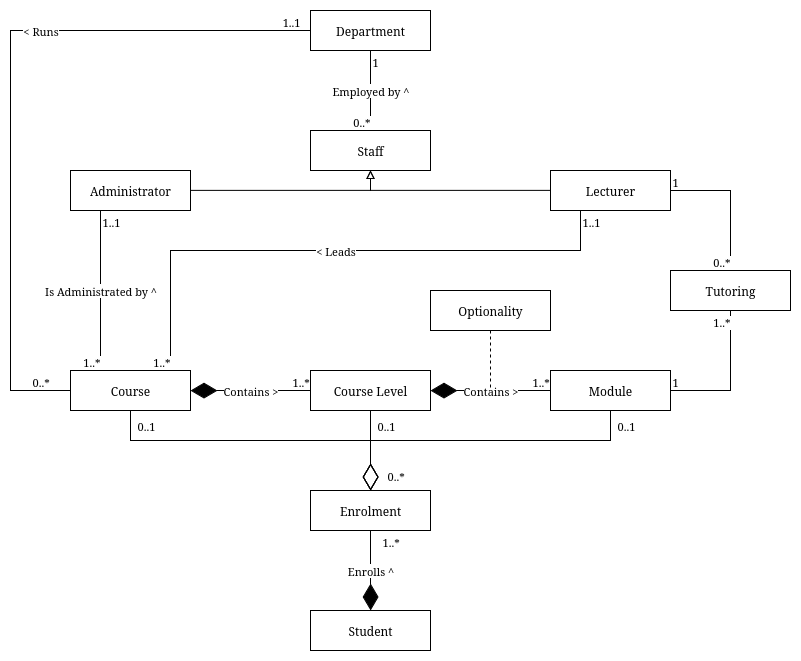
TotalDwarf03/IS3S662-advanced-databases-and-modelling keeps this draw.io diagram as track1/assets/3.drawio.png. Above is the earlier version. Source tidied: cells renumbered, new cells last; positions are measured from the earlier drawing's top-left corner, leaving out a move shared by most shapes.
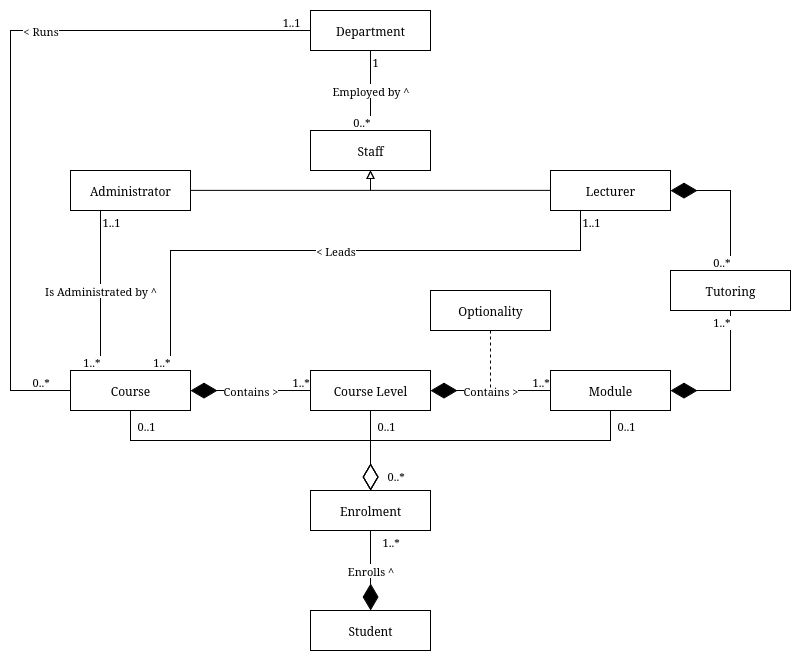
The same diagram one commit later.

Commit message:
Add composition to lecturer > module relationship

Change to the diagram source:
```diff
@@ -154,29 +154,23 @@
     <mxCell id="40" value="Tutoring" style="rounded=0;whiteSpace=wrap;html=1;" parent="1" vertex="1">
       <mxGeometry x="660" y="260" width="120" height="40" as="geometry" />
     </mxCell>
-    <mxCell id="41" style="endArrow=none;html=1;edgeStyle=orthogonalEdgeStyle;rounded=0;" parent="1" edge="1" source="16" target="40">
+    <mxCell id="41" style="endArrow=none;html=1;edgeStyle=orthogonalEdgeStyle;rounded=0;startArrow=diamondThin;startFill=1;endSize=6;startSize=24;" parent="1" edge="1" source="16" target="40">
       <mxGeometry relative="1" as="geometry">
         <Array as="points">
           <mxPoint x="720" y="180" />
         </Array>
       </mxGeometry>
     </mxCell>
-    <mxCell id="42" value="1" style="edgeLabel;html=1;align=left;verticalAlign=bottom;" parent="41" vertex="1">
-      <mxGeometry x="-1" relative="1" as="geometry" />
-    </mxCell>
     <mxCell id="43" value="0..*" style="edgeLabel;html=1;align=right;verticalAlign=bottom;" parent="41" vertex="1">
       <mxGeometry x="1" relative="1" as="geometry" />
     </mxCell>
-    <mxCell id="44" style="endArrow=none;html=1;edgeStyle=orthogonalEdgeStyle;rounded=0;" parent="1" edge="1" source="10" target="40">
+    <mxCell id="44" style="endArrow=none;html=1;edgeStyle=orthogonalEdgeStyle;rounded=0;startArrow=diamondThin;startFill=1;startSize=24;" parent="1" edge="1" source="10" target="40">
       <mxGeometry relative="1" as="geometry">
         <Array as="points">
           <mxPoint x="720" y="380" />
         </Array>
       </mxGeometry>
     </mxCell>
-    <mxCell id="45" value="1" style="edgeLabel;html=1;align=left;verticalAlign=bottom;" parent="44" vertex="1">
-      <mxGeometry x="-1" relative="1" as="geometry" />
-    </mxCell>
     <mxCell id="46" value="1..*" style="edgeLabel;html=1;align=right;verticalAlign=bottom;" parent="44" vertex="1">
       <mxGeometry x="1" relative="1" as="geometry">
         <mxPoint y="20" as="offset" />
```
